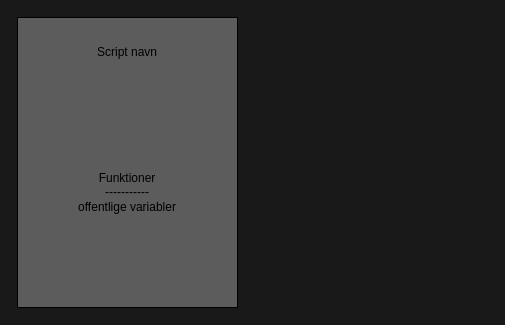
Before: ClassesD.drawio in ICOnce/2D3D, a draw.io diagram. Source tidied: cells renumbered, new cells numbered last; positions are measured from the earlier drawing's top-left corner, leaving out a move shared by most shapes. Both pictures are drawn from the tidied source at 100%, with x=0, y=0 at pixel (17, 17).
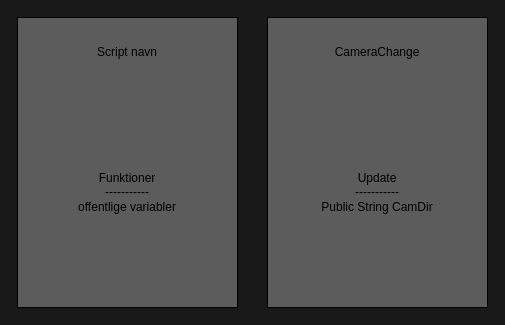
The same diagram, later.

Commit message:
Camera Movement Script

What changed in the source:
```diff
@@
 <mxGraphModel background="#191919">
   <root>
     <mxCell id="0" />
     <mxCell id="1" parent="0" />
     <mxCell id="2" style="rounded=0;whiteSpace=wrap;html=1;fillColor=#5C5C5C;" parent="1" vertex="1">
       <mxGeometry width="220" height="290" as="geometry" />
     </mxCell>
     <mxCell id="3" value="Script navn" style="text;html=1;align=center;verticalAlign=middle;whiteSpace=wrap;rounded=0;" parent="1" vertex="1">
       <mxGeometry x="20" y="20" width="180" height="30" as="geometry" />
     </mxCell>
     <mxCell id="4" value="Funktioner&lt;br&gt;-----------&lt;br&gt;offentlige variabler" style="text;html=1;align=center;verticalAlign=middle;whiteSpace=wrap;rounded=0;" parent="1" vertex="1">
       <mxGeometry x="20" y="80" width="180" height="190" as="geometry" />
     </mxCell>
+    <mxCell id="5" style="rounded=0;whiteSpace=wrap;html=1;fillColor=#5C5C5C;" parent="1" vertex="1">
+      <mxGeometry x="250" width="220" height="290" as="geometry" />
+    </mxCell>
+    <mxCell id="6" value="CameraChange" style="text;html=1;align=center;verticalAlign=middle;whiteSpace=wrap;rounded=0;" parent="1" vertex="1">
+      <mxGeometry x="270" y="20" width="180" height="30" as="geometry" />
+    </mxCell>
+    <mxCell id="7" value="Update&lt;br&gt;-----------&lt;br&gt;Public String CamDir" style="text;html=1;align=center;verticalAlign=middle;whiteSpace=wrap;rounded=0;" parent="1" vertex="1">
+      <mxGeometry x="270" y="80" width="180" height="190" as="geometry" />
+    </mxCell>
   </root>
 </mxGraphModel>
```
